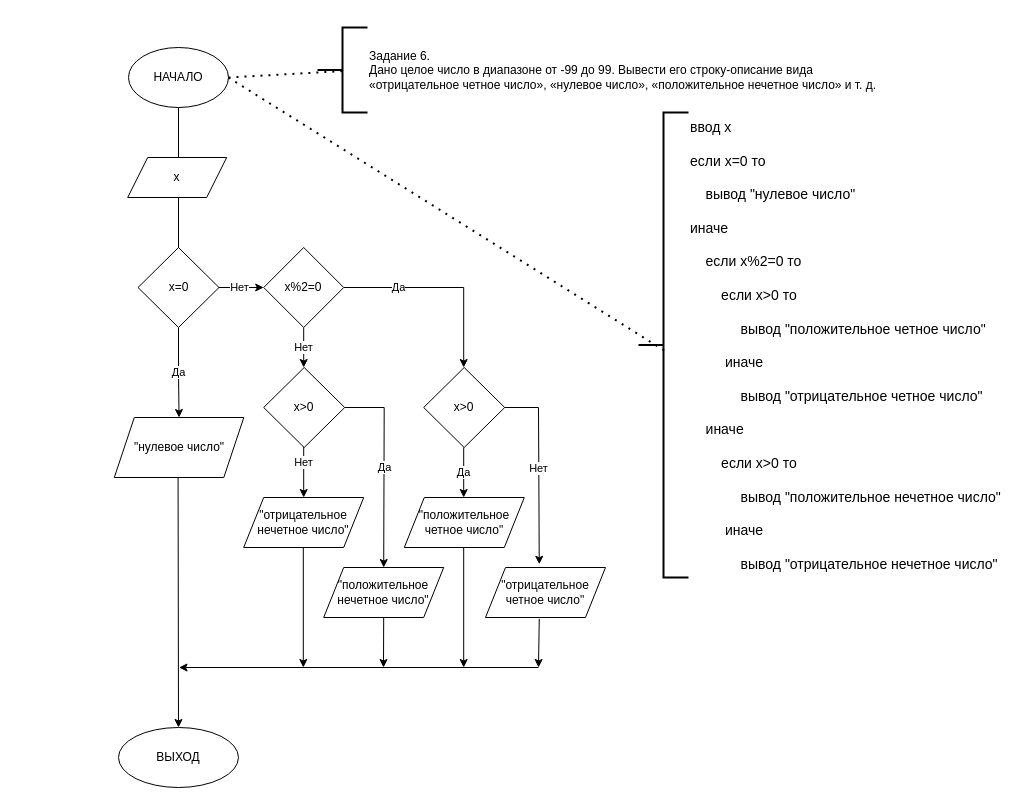
This is Task_01_06.drawio from paweltaranov/Pawel_Taranov_Zadanie_01, a draw.io file, before an edit. Source tidied: cells renumbered, new cells numbered last; positions are measured from the earlier drawing's top-left corner, leaving out a move shared by most shapes. Both pictures are drawn from the tidied source at 100%, with x=0, y=0 at pixel (114, 27).
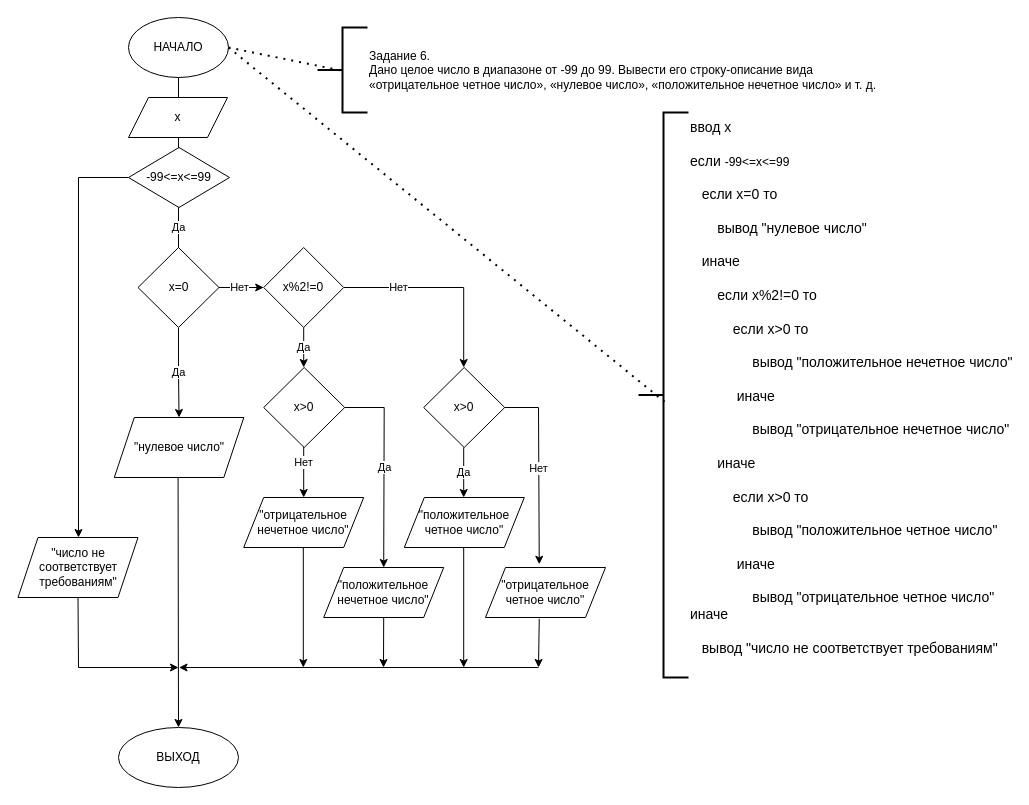
The same diagram, later.

Change to the diagram source:
```diff
@@
-    <mxCell id="2" style="edgeStyle=none;rounded=0;orthogonalLoop=1;jettySize=auto;html=1;" parent="1" edge="1">
-      <mxGeometry relative="1" as="geometry">
-        <mxPoint x="64" y="80" as="sourcePoint" />
+    <mxCell id="2" value="Да" style="edgeStyle=none;rounded=0;jettySize=auto;html=1;exitX=0.5;exitY=1;exitDx=0;exitDy=0;" parent="1" edge="1" source="3">
+      <mxGeometry x="0.5" relative="1" as="geometry">
         <mxPoint x="64" y="250" as="targetPoint" />
       </mxGeometry>
     </mxCell>
     <mxCell id="3" value="НАЧАЛО" style="ellipse;whiteSpace=wrap;html=1;" parent="1" vertex="1">
-      <mxGeometry x="14" y="20" width="100" height="60" as="geometry" />
+      <mxGeometry x="14" y="-10" width="100" height="60" as="geometry" />
     </mxCell>
@@
     <mxCell id="7" value="x" style="shape=parallelogram;perimeter=parallelogramPerimeter;whiteSpace=wrap;html=1;fixedSize=1;" parent="1" vertex="1">
-      <mxGeometry x="13.2" y="130" width="99" height="40" as="geometry" />
+      <mxGeometry x="14" y="70" width="99" height="40" as="geometry" />
     </mxCell>
@@
-    <mxCell id="12" value="ввод х&lt;br&gt;&lt;br&gt;если x=0 то&lt;br&gt;&lt;span&gt; &lt;/span&gt;&lt;span&gt; &lt;/span&gt;&lt;br&gt;&lt;span&gt;&lt;/span&gt;&amp;nbsp; &amp;nbsp; вывод &quot;нулевое число&quot;&lt;br&gt;&amp;nbsp; &amp;nbsp;&amp;nbsp;&lt;br&gt;иначе &lt;br&gt;&amp;nbsp; &amp;nbsp; &lt;br&gt;&amp;nbsp; &amp;nbsp; если x%2=0 то&lt;br&gt;&lt;br&gt;&amp;nbsp; &amp;nbsp; &amp;nbsp; &amp;nbsp; если х&amp;gt;0 то&lt;br&gt;&lt;br&gt;&amp;nbsp; &amp;nbsp; &amp;nbsp; &amp;nbsp; &amp;nbsp; &amp;nbsp; &amp;nbsp;вывод &quot;положительное четное число&quot;&lt;br&gt;&lt;br&gt;&amp;nbsp; &amp;nbsp; &amp;nbsp; &amp;nbsp; &amp;nbsp;иначе&amp;nbsp;&amp;nbsp;&lt;br&gt;&lt;br&gt;&amp;nbsp; &amp;nbsp; &amp;nbsp; &amp;nbsp; &amp;nbsp; &amp;nbsp; &amp;nbsp;вывод &quot;отрицательное&amp;nbsp;четное число&quot;&lt;br&gt;&lt;br&gt;&amp;nbsp; &amp;nbsp; иначе&lt;br&gt;&lt;br&gt;&amp;nbsp; &amp;nbsp; &amp;nbsp; &amp;nbsp; если х&amp;gt;0 то&lt;br&gt;&lt;br&gt;&amp;nbsp; &amp;nbsp; &amp;nbsp; &amp;nbsp; &amp;nbsp; &amp;nbsp; &amp;nbsp;вывод &quot;положительное нечетное число&quot;&lt;br&gt;&lt;br&gt;&amp;nbsp; &amp;nbsp; &amp;nbsp; &amp;nbsp; &amp;nbsp;иначе&amp;nbsp;&amp;nbsp;&lt;br&gt;&lt;br&gt;&amp;nbsp; &amp;nbsp; &amp;nbsp; &amp;nbsp; &amp;nbsp; &amp;nbsp; &amp;nbsp;вывод &quot;отрицательное нечетное число&quot;&amp;nbsp;&lt;br&gt;&lt;br&gt;&amp;nbsp; &amp;nbsp; &amp;nbsp; &amp;nbsp;&amp;nbsp;" style="strokeWidth=2;html=1;shape=mxgraph.flowchart.annotation_2;align=left;labelPosition=right;verticalAlign=top;fontSize=14;spacing=2;spacingBottom=0;spacingLeft=0;spacingTop=0;horizontal=1;" parent="1" vertex="1">
-      <mxGeometry x="524" y="85" width="50" height="465" as="geometry" />
+    <mxCell id="12" value="ввод х&lt;br&gt;&lt;br&gt;если&amp;nbsp;&lt;span style=&quot;font-size: 12px ; text-align: center&quot;&gt;-99&amp;lt;=x&amp;lt;=99&lt;/span&gt;&lt;br&gt;&lt;br&gt;&amp;nbsp; &amp;nbsp;если x=0 то&lt;br&gt;&lt;span&gt; &lt;/span&gt;&lt;span&gt; &lt;/span&gt;&lt;br&gt;&lt;span&gt;&lt;/span&gt;&amp;nbsp; &amp;nbsp;&amp;nbsp; &amp;nbsp; вывод &quot;нулевое число&quot;&lt;br&gt;&amp;nbsp; &amp;nbsp;&amp;nbsp;&lt;br&gt;&amp;nbsp; &amp;nbsp;иначе &lt;br&gt;&amp;nbsp; &amp;nbsp; &lt;br&gt;&amp;nbsp; &amp;nbsp;&amp;nbsp; &amp;nbsp; если x%2!=0 то&lt;br&gt;&lt;br&gt;&amp;nbsp; &amp;nbsp; &amp;nbsp; &amp;nbsp; &amp;nbsp; &amp;nbsp;если х&amp;gt;0 то&lt;br&gt;&lt;br&gt;&amp;nbsp; &amp;nbsp; &amp;nbsp; &amp;nbsp; &amp;nbsp; &amp;nbsp; &amp;nbsp; &amp;nbsp; вывод &quot;положительное нечетное число&quot;&lt;br&gt;&lt;br&gt;&amp;nbsp; &amp;nbsp; &amp;nbsp; &amp;nbsp; &amp;nbsp; &amp;nbsp; иначе&amp;nbsp;&amp;nbsp;&lt;br&gt;&lt;br&gt;&amp;nbsp; &amp;nbsp; &amp;nbsp; &amp;nbsp; &amp;nbsp; &amp;nbsp; &amp;nbsp; &amp;nbsp; вывод &quot;отрицательное нечетное число&quot;&lt;br&gt;&lt;br&gt;&amp;nbsp; &amp;nbsp; &amp;nbsp; &amp;nbsp;иначе&lt;br&gt;&lt;br&gt;&amp;nbsp; &amp;nbsp; &amp;nbsp; &amp;nbsp; &amp;nbsp; &amp;nbsp;если х&amp;gt;0 то&lt;br&gt;&lt;br&gt;&amp;nbsp; &amp;nbsp; &amp;nbsp; &amp;nbsp; &amp;nbsp; &amp;nbsp; &amp;nbsp; &amp;nbsp; вывод &quot;положительное четное число&quot;&lt;br&gt;&lt;br&gt;&amp;nbsp; &amp;nbsp; &amp;nbsp; &amp;nbsp; &amp;nbsp; &amp;nbsp; иначе&amp;nbsp;&amp;nbsp;&lt;br&gt;&lt;br&gt;&amp;nbsp; &amp;nbsp; &amp;nbsp; &amp;nbsp; &amp;nbsp; &amp;nbsp; &amp;nbsp; &amp;nbsp; вывод &quot;отрицательное четное число&quot;&amp;nbsp;&lt;br&gt;иначе&amp;nbsp;&amp;nbsp;&lt;br&gt;&lt;br&gt;&amp;nbsp; &amp;nbsp;вывод &quot;число не соответствует требованиям&quot;&amp;nbsp;&lt;br&gt;&lt;br&gt;&amp;nbsp; &amp;nbsp; &amp;nbsp; &amp;nbsp;&amp;nbsp;" style="strokeWidth=2;html=1;shape=mxgraph.flowchart.annotation_2;align=left;labelPosition=right;verticalAlign=top;fontSize=14;spacing=2;spacingBottom=0;spacingLeft=0;spacingTop=0;horizontal=1;" parent="1" vertex="1">
+      <mxGeometry x="524" y="85" width="50" height="565" as="geometry" />
     </mxCell>
@@
-    <mxCell id="14" value="Да" style="edgeStyle=orthogonalEdgeStyle;rounded=0;jettySize=auto;html=1;" parent="1" edge="1" source="16">
+    <mxCell id="14" value="Нет" style="edgeStyle=orthogonalEdgeStyle;rounded=0;jettySize=auto;html=1;" parent="1" edge="1" source="16">
       <mxGeometry x="-0.45" relative="1" as="geometry">
         <mxPoint x="349.2" y="340" as="targetPoint" />
         <Array as="points">
           <mxPoint x="349" y="260" />
         </Array>
       </mxGeometry>
     </mxCell>
-    <mxCell id="15" value="Нет" style="edgeStyle=orthogonalEdgeStyle;rounded=0;jettySize=auto;html=1;" parent="1" edge="1" source="16">
+    <mxCell id="15" value="Да" style="edgeStyle=orthogonalEdgeStyle;rounded=0;jettySize=auto;html=1;" parent="1" edge="1" source="16">
       <mxGeometry relative="1" as="geometry">
         <mxPoint x="189.2" y="340" as="targetPoint" />
       </mxGeometry>
     </mxCell>
-    <mxCell id="16" value="x%2=0" style="rhombus;whiteSpace=wrap;html=1;" parent="1" vertex="1">
+    <mxCell id="16" value="x%2!=0" style="rhombus;whiteSpace=wrap;html=1;" parent="1" vertex="1">
       <mxGeometry x="149.2" y="220" width="80" height="80" as="geometry" />
     </mxCell>
@@
+    <mxCell id="34" style="edgeStyle=orthogonalEdgeStyle;rounded=0;jettySize=auto;html=1;" parent="1" edge="1" source="35" target="36">
+      <mxGeometry relative="1" as="geometry">
+        <Array as="points">
+          <mxPoint x="-36" y="150" />
+        </Array>
+      </mxGeometry>
+    </mxCell>
+    <mxCell id="35" value="-99&amp;lt;=x&amp;lt;=99" style="rhombus;whiteSpace=wrap;html=1;" parent="1" vertex="1">
+      <mxGeometry x="14" y="120" width="101" height="60" as="geometry" />
+    </mxCell>
+    <mxCell id="36" value="&quot;число не соответствует требованиям&quot;" style="shape=parallelogram;perimeter=parallelogramPerimeter;whiteSpace=wrap;html=1;fixedSize=1;" parent="1" vertex="1">
+      <mxGeometry x="-96.5" y="510" width="120" height="60" as="geometry" />
+    </mxCell>
+    <mxCell id="37" style="endArrow=classic;html=1;rounded=0;exitX=0.5;exitY=1;exitDx=0;exitDy=0;" parent="1" edge="1" source="36">
+      <mxGeometry relative="1" as="geometry">
+        <mxPoint x="64" y="640" as="targetPoint" />
+        <Array as="points">
+          <mxPoint x="-36" y="640" />
+        </Array>
+      </mxGeometry>
+    </mxCell>
```
